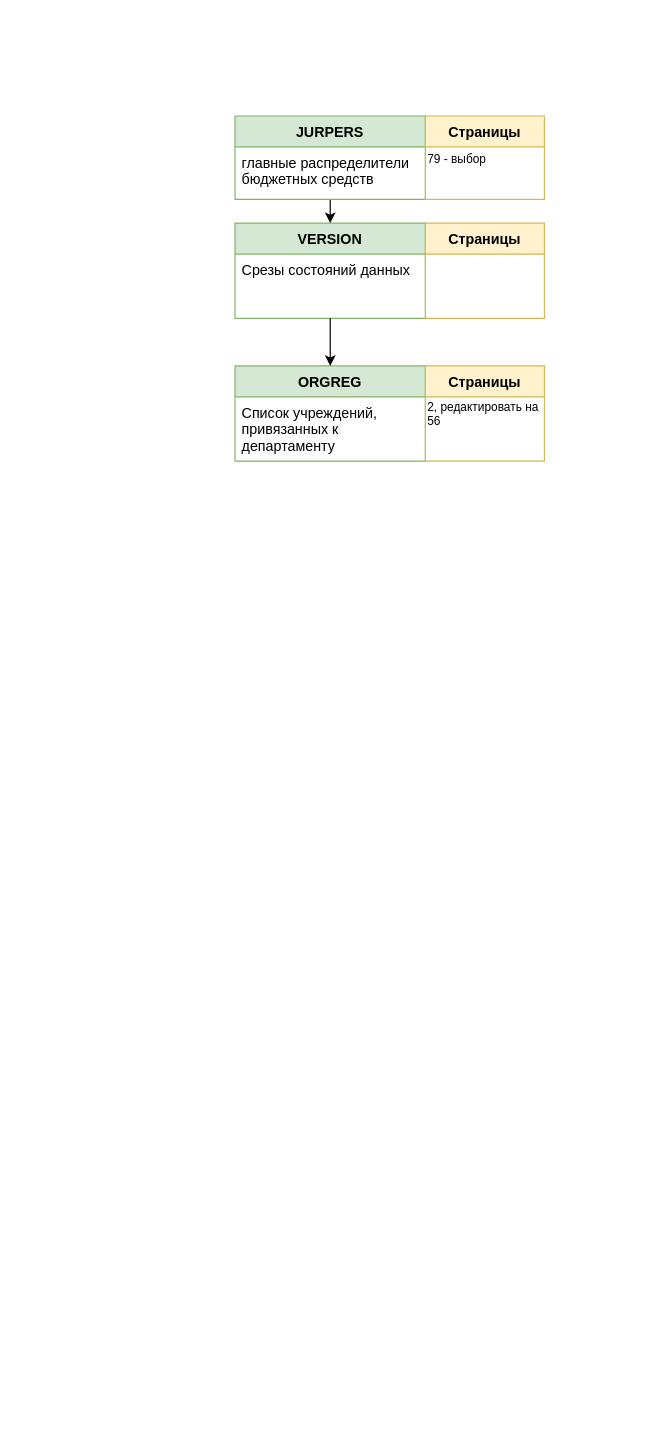
This is page "Учреждения(+)" (1 of 2) of Untitled Diagram.drawio from VasuaLun/ff, a draw.io file, before an edit. Source tidied: cells renumbered, new cells numbered last; positions are measured from the earlier drawing's top-left corner, leaving out a move shared by most shapes. Both pictures are drawn from the tidied source at 119%, with x=0, y=0 at pixel (234, 115).
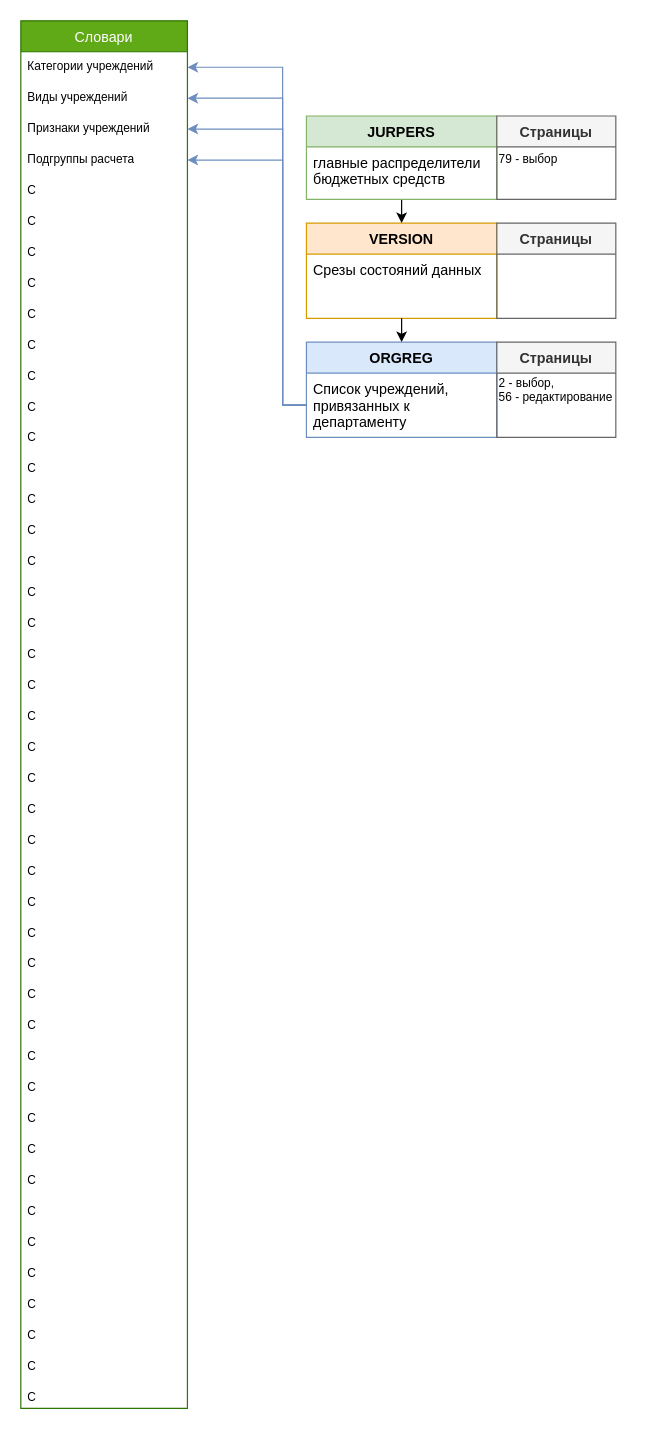
Above is the later version.

Unchanged cells that the change refers to:
```xml
<mxCell id="4" value="Список учреждений, &#10;привязанных к &#10;департаменту" style="text;strokeColor=none;fillColor=none;align=left;verticalAlign=top;spacingLeft=4;spacingRight=4;overflow=hidden;points=[[0,0.5],[1,0.5]];portConstraint=eastwest;" parent="3" vertex="1">
  <mxGeometry y="26" width="160" height="54" as="geometry" />
</mxCell>
```

Change to the diagram source:
```diff
@@
     <mxCell id="2" style="group;" parent="1" vertex="1">
-      <mxGeometry y="210" width="260" height="80" as="geometry" />
+      <mxGeometry x="60" y="190" width="260" height="80" as="geometry" />
     </mxCell>
-    <mxCell id="3" value="ORGREG" style="swimlane;fontStyle=1;align=center;verticalAlign=top;horizontal=1;startSize=26;fillColor=#d5e8d4;strokeColor=#82b366;" parent="2" vertex="1">
+    <mxCell id="3" value="ORGREG" style="swimlane;fontStyle=1;align=center;verticalAlign=top;horizontal=1;startSize=26;fillColor=#dae8fc;strokeColor=#6c8ebf;" parent="2" vertex="1">
       <mxGeometry width="160" height="80" as="geometry" />
     </mxCell>
@@
-    <mxCell id="5" value="Страницы" style="swimlane;fontStyle=1;align=center;verticalAlign=top;horizontal=1;startSize=26;fillColor=#fff2cc;strokeColor=#d6b656;" parent="2" vertex="1">
+    <mxCell id="5" value="Страницы" style="swimlane;fontStyle=1;align=center;verticalAlign=top;horizontal=1;startSize=26;fillColor=#f5f5f5;strokeColor=#666666;fontColor=#333333;" parent="2" vertex="1">
       <mxGeometry x="160" width="100" height="80" as="geometry" />
     </mxCell>
     <mxCell id="6" style="group;" parent="1" vertex="1">
-      <mxGeometry y="90" width="260" height="80" as="geometry" />
+      <mxGeometry x="60" y="90" width="260" height="80" as="geometry" />
     </mxCell>
-    <mxCell id="7" value="VERSION" style="swimlane;fontStyle=1;align=center;verticalAlign=top;horizontal=1;startSize=26;fillColor=#d5e8d4;strokeColor=#82b366;" parent="6" vertex="1">
+    <mxCell id="7" value="VERSION" style="swimlane;fontStyle=1;align=center;verticalAlign=top;horizontal=1;startSize=26;fillColor=#ffe6cc;strokeColor=#d79b00;" parent="6" vertex="1">
       <mxGeometry width="160" height="80" as="geometry" />
     </mxCell>
@@
-    <mxCell id="9" value="Страницы" style="swimlane;fontStyle=1;align=center;verticalAlign=top;horizontal=1;startSize=26;fillColor=#fff2cc;strokeColor=#d6b656;" parent="6" vertex="1">
+    <mxCell id="9" value="Страницы" style="swimlane;fontStyle=1;align=center;verticalAlign=top;horizontal=1;startSize=26;fillColor=#f5f5f5;strokeColor=#666666;fontColor=#333333;" parent="6" vertex="1">
       <mxGeometry x="160" width="100" height="80" as="geometry" />
     </mxCell>
     <mxCell id="10" style="edgeStyle=orthogonalEdgeStyle;rounded=0;jettySize=auto;html=1;" parent="1" edge="1" target="7">
       <mxGeometry relative="1" as="geometry">
-        <mxPoint x="80" y="70" as="sourcePoint" />
+        <mxPoint x="140" y="70" as="sourcePoint" />
         <Array as="points">
-          <mxPoint x="80" y="70" />
+          <mxPoint x="140" y="70" />
         </Array>
       </mxGeometry>
     </mxCell>
@@
     <mxCell id="12" style="group;" parent="1" vertex="1">
-      <mxGeometry width="260" height="70" as="geometry" />
+      <mxGeometry x="60" width="260" height="70" as="geometry" />
     </mxCell>
@@
-    <mxCell id="17" value="Страницы" style="swimlane;fontStyle=1;align=center;verticalAlign=top;horizontal=1;startSize=26;fillColor=#fff2cc;strokeColor=#d6b656;" parent="12" vertex="1">
+    <mxCell id="17" value="Страницы" style="swimlane;fontStyle=1;align=center;verticalAlign=top;horizontal=1;startSize=26;fillColor=#f5f5f5;strokeColor=#666666;fontColor=#333333;" parent="12" vertex="1">
       <mxGeometry x="160" width="100" height="70" as="geometry" />
     </mxCell>
-    <mxCell id="18" value="2, редактировать на&lt;br&gt;56" style="text;html=1;align=left;verticalAlign=middle;strokeColor=none;fontSize=10;" parent="1" vertex="1">
-      <mxGeometry x="160" y="235" width="110" height="30" as="geometry" />
+    <mxCell id="18" value="2 - выбор,&lt;br&gt;56 - редактирование" style="text;html=1;align=left;verticalAlign=middle;strokeColor=none;fontSize=10;" parent="1" vertex="1">
+      <mxGeometry x="220" y="215" width="110" height="30" as="geometry" />
     </mxCell>
+    <mxCell id="19" value="Словари" style="swimlane;fontStyle=0;horizontal=1;startSize=26;fontSize=12;fillColor=#60a917;strokeColor=#2D7600;fontColor=#ffffff;" parent="1" vertex="1">
+      <mxGeometry x="-180" y="-80" width="140" height="1166" as="geometry" />
+    </mxCell>
+    <mxCell id="20" value="Категории учреждений" style="text;strokeColor=none;fillColor=none;align=left;verticalAlign=top;spacingLeft=4;spacingRight=4;overflow=hidden;points=[[0,0.5],[1,0.5]];portConstraint=eastwest;fontSize=10;" parent="19" vertex="1">
+      <mxGeometry y="26" width="140" height="26" as="geometry" />
+    </mxCell>
+    <mxCell id="21" value="Виды учреждений" style="text;strokeColor=none;fillColor=none;align=left;verticalAlign=top;spacingLeft=4;spacingRight=4;overflow=hidden;points=[[0,0.5],[1,0.5]];portConstraint=eastwest;fontSize=10;" parent="19" vertex="1">
+      <mxGeometry y="52" width="140" height="26" as="geometry" />
+    </mxCell>
+    <mxCell id="22" value="Признаки учреждений" style="text;strokeColor=none;fillColor=none;align=left;verticalAlign=top;spacingLeft=4;spacingRight=4;overflow=hidden;points=[[0,0.5],[1,0.5]];portConstraint=eastwest;fontSize=10;" parent="19" vertex="1">
+      <mxGeometry y="78" width="140" height="26" as="geometry" />
+    </mxCell>
+    <mxCell id="23" value="Подгруппы расчета" style="text;strokeColor=none;fillColor=none;align=left;verticalAlign=top;spacingLeft=4;spacingRight=4;overflow=hidden;points=[[0,0.5],[1,0.5]];portConstraint=eastwest;fontSize=10;" parent="19" vertex="1">
+      <mxGeometry y="104" width="140" height="26" as="geometry" />
+    </mxCell>
+    <mxCell id="24" value="С" style="text;strokeColor=none;fillColor=none;align=left;verticalAlign=top;spacingLeft=4;spacingRight=4;overflow=hidden;fontSize=10;" parent="19" vertex="1">
+      <mxGeometry y="130" width="140" height="26" as="geometry" />
+    </mxCell>
+    <mxCell id="25" value="С" style="text;strokeColor=none;fillColor=none;align=left;verticalAlign=top;spacingLeft=4;spacingRight=4;overflow=hidden;fontSize=10;" parent="19" vertex="1">
+      <mxGeometry y="156" width="140" height="26" as="geometry" />
+    </mxCell>
+    <mxCell id="26" value="С" style="text;strokeColor=none;fillColor=none;align=left;verticalAlign=top;spacingLeft=4;spacingRight=4;overflow=hidden;fontSize=10;" parent="19" vertex="1">
+      <mxGeometry y="182" width="140" height="26" as="geometry" />
+    </mxCell>
+    <mxCell id="27" value="С" style="text;strokeColor=none;fillColor=none;align=left;verticalAlign=top;spacingLeft=4;spacingRight=4;overflow=hidden;fontSize=10;" parent="19" vertex="1">
+      <mxGeometry y="208" width="140" height="26" as="geometry" />
+    </mxCell>
+    <mxCell id="28" value="С" style="text;strokeColor=none;fillColor=none;align=left;verticalAlign=top;spacingLeft=4;spacingRight=4;overflow=hidden;fontSize=10;" parent="19" vertex="1">
+      <mxGeometry y="234" width="140" height="26" as="geometry" />
+    </mxCell>
+    <mxCell id="29" value="С" style="text;strokeColor=none;fillColor=none;align=left;verticalAlign=top;spacingLeft=4;spacingRight=4;overflow=hidden;fontSize=10;" parent="19" vertex="1">
+      <mxGeometry y="260" width="140" height="26" as="geometry" />
+    </mxCell>
+    <mxCell id="30" value="С" style="text;strokeColor=none;fillColor=none;align=left;verticalAlign=top;spacingLeft=4;spacingRight=4;overflow=hidden;fontSize=10;" parent="19" vertex="1">
+      <mxGeometry y="286" width="140" height="26" as="geometry" />
+    </mxCell>
+    <mxCell id="31" value="С" style="text;strokeColor=none;fillColor=none;align=left;verticalAlign=top;spacingLeft=4;spacingRight=4;overflow=hidden;fontSize=10;" parent="19" vertex="1">
+      <mxGeometry y="312" width="140" height="26" as="geometry" />
+    </mxCell>
+    <mxCell id="32" value="С" style="text;strokeColor=none;fillColor=none;align=left;verticalAlign=top;spacingLeft=4;spacingRight=4;overflow=hidden;fontSize=10;" parent="19" vertex="1">
+      <mxGeometry y="338" width="140" height="26" as="geometry" />
+    </mxCell>
+    <mxCell id="33" value="С" style="text;strokeColor=none;fillColor=none;align=left;verticalAlign=top;spacingLeft=4;spacingRight=4;overflow=hidden;fontSize=10;" parent="19" vertex="1">
+      <mxGeometry y="364" width="140" height="26" as="geometry" />
+    </mxCell>
+    <mxCell id="34" value="С" style="text;strokeColor=none;fillColor=none;align=left;verticalAlign=top;spacingLeft=4;spacingRight=4;overflow=hidden;fontSize=10;" parent="19" vertex="1">
+      <mxGeometry y="390" width="140" height="26" as="geometry" />
+    </mxCell>
+    <mxCell id="35" value="С" style="text;strokeColor=none;fillColor=none;align=left;verticalAlign=top;spacingLeft=4;spacingRight=4;overflow=hidden;fontSize=10;" parent="19" vertex="1">
+      <mxGeometry y="416" width="140" height="26" as="geometry" />
+    </mxCell>
+    <mxCell id="36" value="С" style="text;strokeColor=none;fillColor=none;align=left;verticalAlign=top;spacingLeft=4;spacingRight=4;overflow=hidden;fontSize=10;" parent="19" vertex="1">
+      <mxGeometry y="442" width="140" height="26" as="geometry" />
+    </mxCell>
+    <mxCell id="37" value="С" style="text;strokeColor=none;fillColor=none;align=left;verticalAlign=top;spacingLeft=4;spacingRight=4;overflow=hidden;fontSize=10;" parent="19" vertex="1">
+      <mxGeometry y="468" width="140" height="26" as="geometry" />
+    </mxCell>
+    <mxCell id="38" value="С" style="text;strokeColor=none;fillColor=none;align=left;verticalAlign=top;spacingLeft=4;spacingRight=4;overflow=hidden;fontSize=10;" parent="19" vertex="1">
+      <mxGeometry y="494" width="140" height="26" as="geometry" />
+    </mxCell>
+    <mxCell id="39" value="С" style="text;strokeColor=none;fillColor=none;align=left;verticalAlign=top;spacingLeft=4;spacingRight=4;overflow=hidden;fontSize=10;" parent="19" vertex="1">
+      <mxGeometry y="520" width="140" height="26" as="geometry" />
+    </mxCell>
+    <mxCell id="40" value="С" style="text;strokeColor=none;fillColor=none;align=left;verticalAlign=top;spacingLeft=4;spacingRight=4;overflow=hidden;fontSize=10;" parent="19" vertex="1">
+      <mxGeometry y="546" width="140" height="26" as="geometry" />
+    </mxCell>
+    <mxCell id="41" value="С" style="text;strokeColor=none;fillColor=none;align=left;verticalAlign=top;spacingLeft=4;spacingRight=4;overflow=hidden;fontSize=10;" parent="19" vertex="1">
+      <mxGeometry y="572" width="140" height="26" as="geometry" />
+    </mxCell>
+    <mxCell id="42" value="С" style="text;strokeColor=none;fillColor=none;align=left;verticalAlign=top;spacingLeft=4;spacingRight=4;overflow=hidden;fontSize=10;" parent="19" vertex="1">
+      <mxGeometry y="598" width="140" height="26" as="geometry" />
+    </mxCell>
+    <mxCell id="43" value="С" style="text;strokeColor=none;fillColor=none;align=left;verticalAlign=top;spacingLeft=4;spacingRight=4;overflow=hidden;fontSize=10;" parent="19" vertex="1">
+      <mxGeometry y="624" width="140" height="26" as="geometry" />
+    </mxCell>
+    <mxCell id="44" value="С" style="text;strokeColor=none;fillColor=none;align=left;verticalAlign=top;spacingLeft=4;spacingRight=4;overflow=hidden;fontSize=10;" parent="19" vertex="1">
+      <mxGeometry y="650" width="140" height="26" as="geometry" />
+    </mxCell>
+    <mxCell id="45" value="С" style="text;strokeColor=none;fillColor=none;align=left;verticalAlign=top;spacingLeft=4;spacingRight=4;overflow=hidden;fontSize=10;" parent="19" vertex="1">
+      <mxGeometry y="676" width="140" height="26" as="geometry" />
+    </mxCell>
+    <mxCell id="46" value="С" style="text;strokeColor=none;fillColor=none;align=left;verticalAlign=top;spacingLeft=4;spacingRight=4;overflow=hidden;fontSize=10;" parent="19" vertex="1">
+      <mxGeometry y="702" width="140" height="26" as="geometry" />
+    </mxCell>
+    <mxCell id="47" value="С" style="text;strokeColor=none;fillColor=none;align=left;verticalAlign=top;spacingLeft=4;spacingRight=4;overflow=hidden;fontSize=10;" parent="19" vertex="1">
+      <mxGeometry y="728" width="140" height="26" as="geometry" />
+    </mxCell>
+    <mxCell id="48" value="С" style="text;strokeColor=none;fillColor=none;align=left;verticalAlign=top;spacingLeft=4;spacingRight=4;overflow=hidden;fontSize=10;" parent="19" vertex="1">
+      <mxGeometry y="754" width="140" height="26" as="geometry" />
+    </mxCell>
+    <mxCell id="49" value="С" style="text;strokeColor=none;fillColor=none;align=left;verticalAlign=top;spacingLeft=4;spacingRight=4;overflow=hidden;fontSize=10;" parent="19" vertex="1">
+      <mxGeometry y="780" width="140" height="26" as="geometry" />
+    </mxCell>
+    <mxCell id="50" value="С" style="text;strokeColor=none;fillColor=none;align=left;verticalAlign=top;spacingLeft=4;spacingRight=4;overflow=hidden;fontSize=10;" parent="19" vertex="1">
+      <mxGeometry y="806" width="140" height="26" as="geometry" />
+    </mxCell>
+    <mxCell id="51" value="С" style="text;strokeColor=none;fillColor=none;align=left;verticalAlign=top;spacingLeft=4;spacingRight=4;overflow=hidden;fontSize=10;" parent="19" vertex="1">
+      <mxGeometry y="832" width="140" height="26" as="geometry" />
+    </mxCell>
+    <mxCell id="52" value="С" style="text;strokeColor=none;fillColor=none;align=left;verticalAlign=top;spacingLeft=4;spacingRight=4;overflow=hidden;fontSize=10;" parent="19" vertex="1">
+      <mxGeometry y="858" width="140" height="26" as="geometry" />
+    </mxCell>
+    <mxCell id="53" value="С" style="text;strokeColor=none;fillColor=none;align=left;verticalAlign=top;spacingLeft=4;spacingRight=4;overflow=hidden;fontSize=10;" parent="19" vertex="1">
+      <mxGeometry y="884" width="140" height="26" as="geometry" />
+    </mxCell>
+    <mxCell id="54" value="С" style="text;strokeColor=none;fillColor=none;align=left;verticalAlign=top;spacingLeft=4;spacingRight=4;overflow=hidden;fontSize=10;" parent="19" vertex="1">
+      <mxGeometry y="910" width="140" height="26" as="geometry" />
+    </mxCell>
+    <mxCell id="55" value="С" style="text;strokeColor=none;fillColor=none;align=left;verticalAlign=top;spacingLeft=4;spacingRight=4;overflow=hidden;fontSize=10;" parent="19" vertex="1">
+      <mxGeometry y="936" width="140" height="26" as="geometry" />
+    </mxCell>
+    <mxCell id="56" value="С" style="text;strokeColor=none;fillColor=none;align=left;verticalAlign=top;spacingLeft=4;spacingRight=4;overflow=hidden;fontSize=10;" parent="19" vertex="1">
+      <mxGeometry y="962" width="140" height="26" as="geometry" />
+    </mxCell>
+    <mxCell id="57" value="С" style="text;strokeColor=none;fillColor=none;align=left;verticalAlign=top;spacingLeft=4;spacingRight=4;overflow=hidden;fontSize=10;" parent="19" vertex="1">
+      <mxGeometry y="988" width="140" height="26" as="geometry" />
+    </mxCell>
+    <mxCell id="58" value="С" style="text;strokeColor=none;fillColor=none;align=left;verticalAlign=top;spacingLeft=4;spacingRight=4;overflow=hidden;fontSize=10;" parent="19" vertex="1">
+      <mxGeometry y="1014" width="140" height="26" as="geometry" />
+    </mxCell>
+    <mxCell id="59" value="С" style="text;strokeColor=none;fillColor=none;align=left;verticalAlign=top;spacingLeft=4;spacingRight=4;overflow=hidden;fontSize=10;" parent="19" vertex="1">
+      <mxGeometry y="1040" width="140" height="26" as="geometry" />
+    </mxCell>
+    <mxCell id="60" value="С" style="text;strokeColor=none;fillColor=none;align=left;verticalAlign=top;spacingLeft=4;spacingRight=4;overflow=hidden;fontSize=10;" parent="19" vertex="1">
+      <mxGeometry y="1066" width="140" height="26" as="geometry" />
+    </mxCell>
+    <mxCell id="61" value="С" style="text;strokeColor=none;fillColor=none;align=left;verticalAlign=top;spacingLeft=4;spacingRight=4;overflow=hidden;fontSize=10;" parent="19" vertex="1">
+      <mxGeometry y="1092" width="140" height="26" as="geometry" />
+    </mxCell>
+    <mxCell id="62" value="С" style="text;strokeColor=none;fillColor=none;align=left;verticalAlign=top;spacingLeft=4;spacingRight=4;overflow=hidden;fontSize=10;" parent="19" vertex="1">
+      <mxGeometry y="1118" width="140" height="26" as="geometry" />
+    </mxCell>
+    <mxCell id="63" value="С" style="text;strokeColor=none;fillColor=none;align=left;verticalAlign=top;spacingLeft=4;spacingRight=4;overflow=hidden;fontSize=10;" parent="19" vertex="1">
+      <mxGeometry y="1144" width="140" height="22" as="geometry" />
+    </mxCell>
+    <mxCell id="64" style="edgeStyle=orthogonalEdgeStyle;rounded=0;jettySize=auto;html=1;entryX=1;entryY=0.5;entryDx=0;entryDy=0;fontSize=10;fillColor=#dae8fc;strokeColor=#6c8ebf;" parent="1" edge="1" source="4" target="23">
+      <mxGeometry relative="1" as="geometry">
+        <Array as="points">
+          <mxPoint x="40" y="243" />
+          <mxPoint x="40" y="37" />
+        </Array>
+      </mxGeometry>
+    </mxCell>
+    <mxCell id="65" style="edgeStyle=orthogonalEdgeStyle;rounded=0;jettySize=auto;html=1;entryX=1;entryY=0.5;entryDx=0;entryDy=0;fontSize=10;fillColor=#dae8fc;strokeColor=#6c8ebf;" parent="1" edge="1" source="4" target="22">
+      <mxGeometry relative="1" as="geometry">
+        <Array as="points">
+          <mxPoint x="40" y="243" />
+          <mxPoint x="40" y="11" />
+        </Array>
+      </mxGeometry>
+    </mxCell>
+    <mxCell id="66" style="edgeStyle=orthogonalEdgeStyle;rounded=0;jettySize=auto;html=1;entryX=1;entryY=0.5;entryDx=0;entryDy=0;fontSize=10;fillColor=#dae8fc;strokeColor=#6c8ebf;" parent="1" edge="1" source="4" target="21">
+      <mxGeometry relative="1" as="geometry">
+        <Array as="points">
+          <mxPoint x="40" y="243" />
+          <mxPoint x="40" y="-15" />
+        </Array>
+      </mxGeometry>
+    </mxCell>
+    <mxCell id="67" style="edgeStyle=orthogonalEdgeStyle;rounded=0;jettySize=auto;html=1;entryX=1;entryY=0.5;entryDx=0;entryDy=0;fontSize=10;fillColor=#dae8fc;strokeColor=#6c8ebf;exitX=0;exitY=0.5;exitDx=0;exitDy=0;" parent="1" edge="1" source="4" target="20">
+      <mxGeometry relative="1" as="geometry">
+        <Array as="points">
+          <mxPoint x="40" y="243" />
+          <mxPoint x="40" y="-41" />
+        </Array>
+      </mxGeometry>
+    </mxCell>
```
